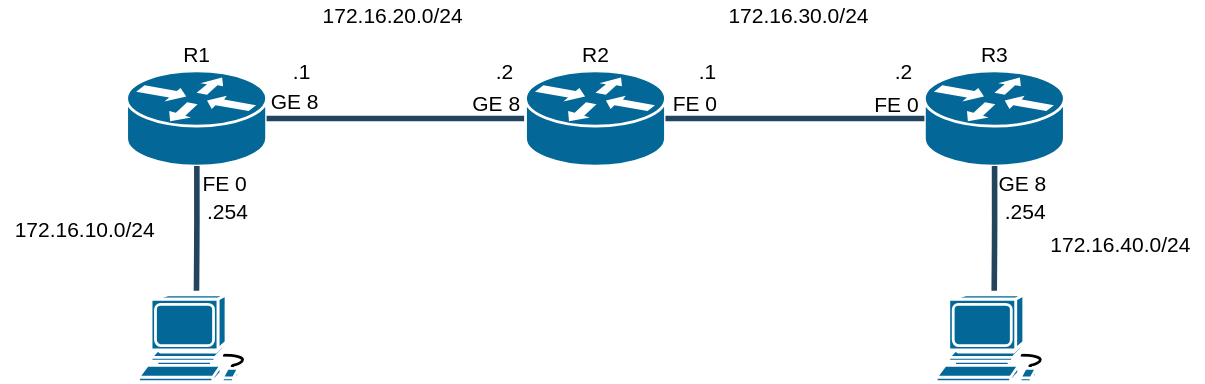
Before: static-routing/topology.drawio.svg, a diagram exported from draw.io (mu-ruU1/network-study). Source tidied: cells renumbered, new cells last; positions are measured from the earlier drawing's top-left corner, leaving out a move shared by most shapes.
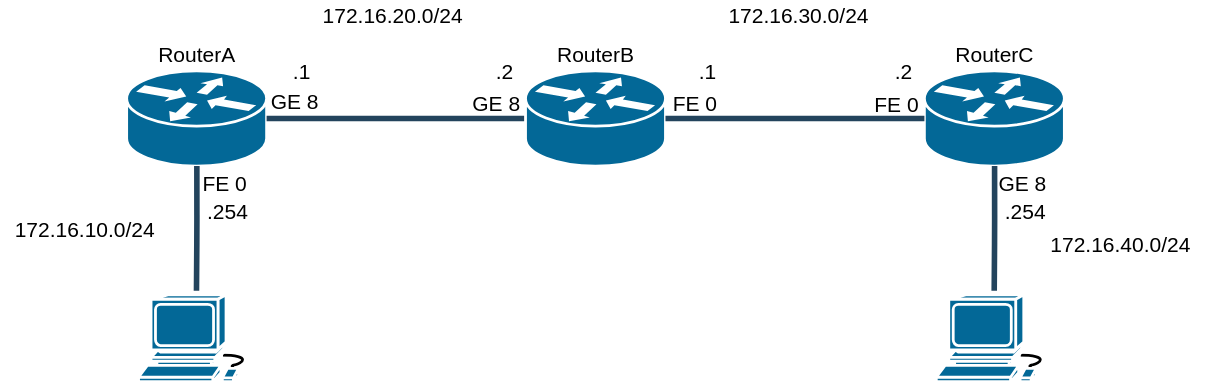
After the commit.

What changed in the source:
```diff
@@ -2,7 +2,7 @@
   <root>
     <mxCell id="0" />
     <mxCell id="1" parent="0" />
-    <mxCell id="2" value="R1" style="shape=mxgraph.cisco.routers.router;sketch=0;html=1;dashed=0;fillColor=#036897;strokeColor=#ffffff;strokeWidth=2;verticalLabelPosition=top;verticalAlign=bottom;align=center;outlineConnect=0;horizontal=1;fontColor=#000000;labelPosition=center;fontSize=15;" parent="1" vertex="1">
+    <mxCell id="2" value="RouterA" style="shape=mxgraph.cisco.routers.router;sketch=0;html=1;dashed=0;fillColor=#036897;strokeColor=#ffffff;strokeWidth=2;verticalLabelPosition=top;verticalAlign=bottom;align=center;outlineConnect=0;horizontal=1;fontColor=#000000;labelPosition=center;fontSize=15;" parent="1" vertex="1">
       <mxGeometry x="90" y="50" width="100" height="67.9" as="geometry" />
     </mxCell>
     <mxCell id="3" value="GE 8" style="edgeStyle=orthogonalEdgeStyle;rounded=1;html=1;strokeColor=#23445D;endArrow=none;endFill=0;strokeWidth=4;fontColor=#000000;labelBackgroundColor=none;verticalAlign=bottom;exitX=1;exitY=0.5;exitDx=0;exitDy=0;exitPerimeter=0;entryX=0;entryY=0.5;entryDx=0;entryDy=0;entryPerimeter=0;fontSize=15;" parent="1" edge="1" source="2" target="11">
@@ -25,7 +25,7 @@
         </Array>
       </mxGeometry>
     </mxCell>
-    <mxCell id="7" value="R3" style="shape=mxgraph.cisco.routers.router;sketch=0;html=1;dashed=0;fillColor=#036897;strokeColor=#ffffff;strokeWidth=2;verticalLabelPosition=top;verticalAlign=bottom;align=center;outlineConnect=0;fontColor=#000000;labelPosition=center;fontSize=15;" parent="1" vertex="1">
+    <mxCell id="7" value="RouterC" style="shape=mxgraph.cisco.routers.router;sketch=0;html=1;dashed=0;fillColor=#036897;strokeColor=#ffffff;strokeWidth=2;verticalLabelPosition=top;verticalAlign=bottom;align=center;outlineConnect=0;fontColor=#000000;labelPosition=center;fontSize=15;" parent="1" vertex="1">
       <mxGeometry x="660" y="50" width="100" height="67.9" as="geometry" />
     </mxCell>
     <mxCell id="8" style="shape=mxgraph.cisco.computers_and_peripherals.workstation;sketch=0;html=1;dashed=0;fillColor=#036897;strokeColor=#ffffff;strokeWidth=2;verticalLabelPosition=bottom;verticalAlign=top;align=center;labelBackgroundColor=none;fontSize=15;fontColor=#000000;" parent="1" vertex="1">
@@ -45,7 +45,7 @@
         <mxPoint x="18" y="-4" as="offset" />
       </mxGeometry>
     </mxCell>
-    <mxCell id="11" value="R2" style="shape=mxgraph.cisco.routers.router;sketch=0;html=1;dashed=0;fillColor=#036897;strokeColor=#ffffff;strokeWidth=2;verticalLabelPosition=top;verticalAlign=bottom;align=center;outlineConnect=0;fontColor=#000000;fontSize=15;labelPosition=center;" parent="1" vertex="1">
+    <mxCell id="11" value="RouterB" style="shape=mxgraph.cisco.routers.router;sketch=0;html=1;dashed=0;fillColor=#036897;strokeColor=#ffffff;strokeWidth=2;verticalLabelPosition=top;verticalAlign=bottom;align=center;outlineConnect=0;fontColor=#000000;fontSize=15;labelPosition=center;" parent="1" vertex="1">
       <mxGeometry x="375" y="50" width="100" height="67.9" as="geometry" />
     </mxCell>
     <mxCell id="12" style="edgeStyle=orthogonalEdgeStyle;rounded=1;html=1;strokeColor=#23445D;endArrow=none;endFill=0;strokeWidth=4;fontColor=#000000;labelBackgroundColor=none;verticalAlign=bottom;exitX=1;exitY=0.5;exitDx=0;exitDy=0;exitPerimeter=0;entryX=0;entryY=0.5;entryDx=0;entryDy=0;entryPerimeter=0;" parent="1" edge="1" source="11" target="7">
```
